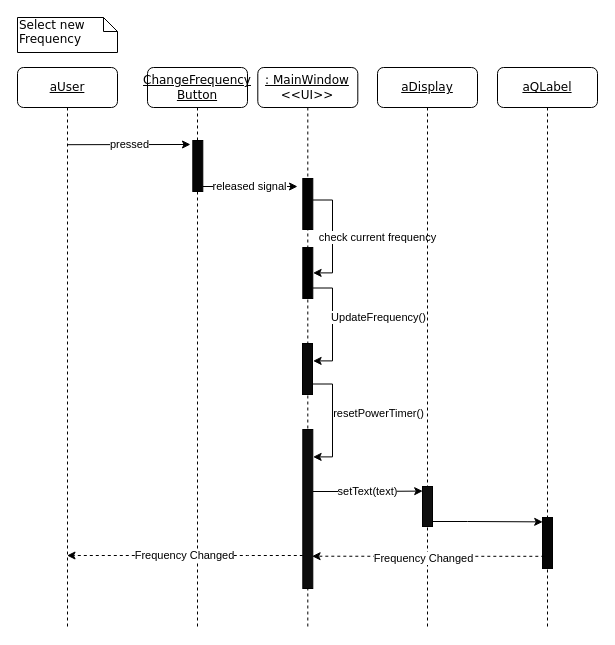
The draw.io diagram Documentation/Select Frequency.drawio in Hall-Andrew/CESDEVICE-3004FinalProject, before the edit. Source tidied: cells renumbered, new cells numbered last; positions are measured from the earlier drawing's top-left corner, leaving out a move shared by most shapes. Both pictures are drawn from the tidied source at 100%, with x=0, y=0 at pixel (17, 17).
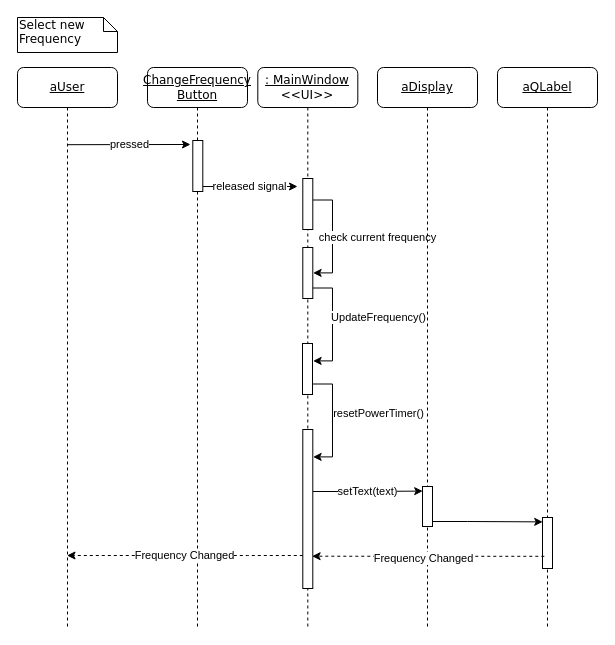
Above is the later version.

The change refers to these unchanged cells:
```xml
<mxCell id="2" value="&lt;u&gt;: MainWindow&lt;/u&gt;&lt;br&gt;&amp;lt;&amp;lt;UI&amp;gt;&amp;gt;" style="shape=umlLifeline;perimeter=lifelinePerimeter;whiteSpace=wrap;html=1;rounded=1;shadow=0;comic=0;labelBackgroundColor=none;strokeWidth=1;fontFamily=Verdana;fontSize=12;align=center;" parent="1" vertex="1">
  <mxGeometry x="240.3" y="50" width="100" height="560" as="geometry" />
</mxCell>
<mxCell id="6" value="&lt;u&gt;aDisplay&lt;/u&gt;" style="shape=umlLifeline;perimeter=lifelinePerimeter;whiteSpace=wrap;html=1;rounded=1;shadow=0;comic=0;labelBackgroundColor=none;strokeWidth=1;fontFamily=Verdana;fontSize=12;align=center;" parent="1" vertex="1">
  <mxGeometry x="360" y="50" width="100" height="560" as="geometry" />
</mxCell>
<mxCell id="10" value="&lt;u&gt;ChangeFrequency&lt;br&gt;Button&lt;/u&gt;" style="shape=umlLifeline;perimeter=lifelinePerimeter;whiteSpace=wrap;html=1;rounded=1;shadow=0;comic=0;labelBackgroundColor=none;strokeWidth=1;fontFamily=Verdana;fontSize=12;align=center;" parent="1" vertex="1">
  <mxGeometry x="130" y="50" width="100" height="560" as="geometry" />
</mxCell>
<mxCell id="18" value="&lt;u&gt;aQLabel&lt;/u&gt;" style="shape=umlLifeline;perimeter=lifelinePerimeter;whiteSpace=wrap;html=1;rounded=1;shadow=0;comic=0;labelBackgroundColor=none;strokeWidth=1;fontFamily=Verdana;fontSize=12;align=center;" parent="1" vertex="1">
  <mxGeometry x="480" y="50" width="100" height="560" as="geometry" />
</mxCell>
```

The edit, as a diff of the source:
```diff
@@
-    <mxCell id="3" style="html=1;perimeter=orthogonalPerimeter;rounded=0;shadow=0;comic=0;labelBackgroundColor=none;strokeWidth=1;fontFamily=Verdana;fontSize=12;align=center;fillColor=#000000;" parent="2" vertex="1">
+    <mxCell id="3" style="html=1;perimeter=orthogonalPerimeter;rounded=0;shadow=0;comic=0;labelBackgroundColor=none;strokeWidth=1;fontFamily=Verdana;fontSize=12;align=center;fillColor=#FFFFFF;" parent="2" vertex="1">
       <mxGeometry x="45" y="180" width="10" height="51" as="geometry" />
     </mxCell>
@@
-    <mxCell id="5" style="html=1;perimeter=orthogonalPerimeter;rounded=0;shadow=0;comic=0;labelBackgroundColor=none;strokeWidth=1;fontFamily=Verdana;fontSize=12;align=center;fillColor=#030303;" parent="2" vertex="1">
+    <mxCell id="5" style="html=1;perimeter=orthogonalPerimeter;rounded=0;shadow=0;comic=0;labelBackgroundColor=none;strokeWidth=1;fontFamily=Verdana;fontSize=12;align=center;fillColor=#FFFFFF;" parent="2" vertex="1">
       <mxGeometry x="45" y="111" width="10" height="51" as="geometry" />
     </mxCell>
@@
-    <mxCell id="7" style="html=1;points=[];perimeter=orthogonalPerimeter;rounded=0;shadow=0;comic=0;labelBackgroundColor=none;strokeWidth=1;fontFamily=Verdana;fontSize=12;align=center;fillColor=#0F0F0F;" parent="6" vertex="1">
+    <mxCell id="7" style="html=1;points=[];perimeter=orthogonalPerimeter;rounded=0;shadow=0;comic=0;labelBackgroundColor=none;strokeWidth=1;fontFamily=Verdana;fontSize=12;align=center;fillColor=default;" parent="6" vertex="1">
       <mxGeometry x="45" y="419" width="10" height="40" as="geometry" />
     </mxCell>
@@
-    <mxCell id="11" style="html=1;points=[];perimeter=orthogonalPerimeter;rounded=0;shadow=0;comic=0;labelBackgroundColor=none;strokeWidth=1;fontFamily=Verdana;fontSize=12;align=center;fillColor=#050505;" parent="10" vertex="1">
+    <mxCell id="11" style="html=1;points=[];perimeter=orthogonalPerimeter;rounded=0;shadow=0;comic=0;labelBackgroundColor=none;strokeWidth=1;fontFamily=Verdana;fontSize=12;align=center;fillColor=#FFFFFF;" parent="10" vertex="1">
       <mxGeometry x="45.3" y="73" width="10" height="51" as="geometry" />
     </mxCell>
@@
-    <mxCell id="16" style="html=1;perimeter=orthogonalPerimeter;rounded=0;shadow=0;comic=0;labelBackgroundColor=none;strokeWidth=1;fontFamily=Verdana;fontSize=12;align=center;fillColor=#0D0D0D;" parent="1" vertex="1">
+    <mxCell id="16" style="html=1;perimeter=orthogonalPerimeter;rounded=0;shadow=0;comic=0;labelBackgroundColor=none;strokeWidth=1;fontFamily=Verdana;fontSize=12;align=center;fillColor=#FFFFFF;" parent="1" vertex="1">
       <mxGeometry x="285.3" y="412" width="10" height="159" as="geometry" />
     </mxCell>
@@
-    <mxCell id="19" style="html=1;points=[];perimeter=orthogonalPerimeter;rounded=0;shadow=0;comic=0;labelBackgroundColor=none;strokeWidth=1;fontFamily=Verdana;fontSize=12;align=center;fillColor=#050505;" parent="18" vertex="1">
+    <mxCell id="19" style="html=1;points=[];perimeter=orthogonalPerimeter;rounded=0;shadow=0;comic=0;labelBackgroundColor=none;strokeWidth=1;fontFamily=Verdana;fontSize=12;align=center;fillColor=default;" parent="18" vertex="1">
       <mxGeometry x="45" y="450" width="10" height="51" as="geometry" />
     </mxCell>
@@
-    <mxCell id="23" style="html=1;perimeter=orthogonalPerimeter;rounded=0;shadow=0;comic=0;labelBackgroundColor=none;strokeWidth=1;fontFamily=Verdana;fontSize=12;align=center;fillColor=#0A0A0A;" parent="1" vertex="1">
+    <mxCell id="23" style="html=1;perimeter=orthogonalPerimeter;rounded=0;shadow=0;comic=0;labelBackgroundColor=none;strokeWidth=1;fontFamily=Verdana;fontSize=12;align=center;fillColor=#FFFFFF;" parent="1" vertex="1">
       <mxGeometry x="285" y="326" width="10" height="51" as="geometry" />
     </mxCell>
```
